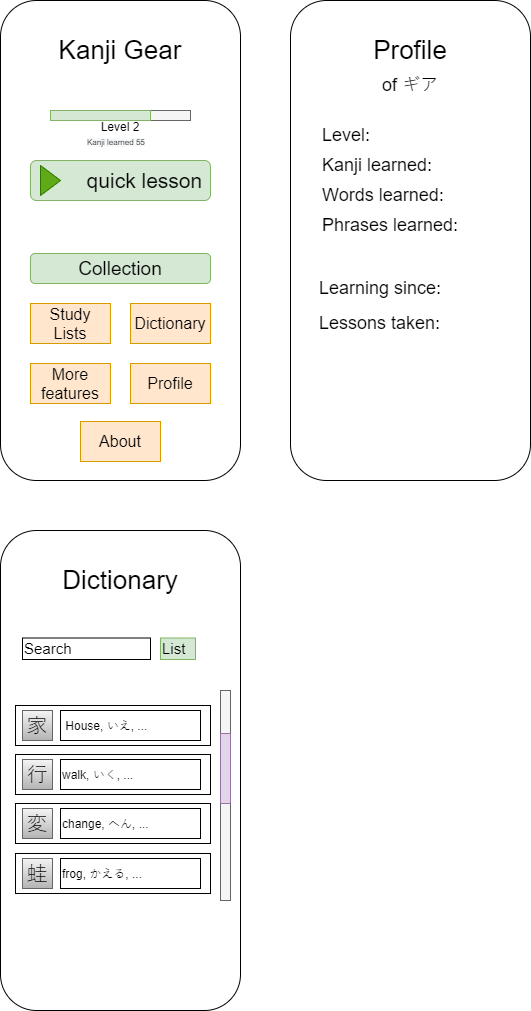
The draw.io diagram documentation/appDrafts/main.png in gearwheel01/KanjiGear, before a commit. Source tidied: cells renumbered, new cells last; positions are measured from the earlier drawing's top-left corner, leaving out a move shared by most shapes. Source of this version:
```xml
<mxGraphModel>
  <root>
    <mxCell id="0" />
    <mxCell id="1" parent="0" />
    <mxCell id="2" style="rounded=1;whiteSpace=wrap;html=1;" parent="1" vertex="1">
      <mxGeometry width="240" height="480" as="geometry" />
    </mxCell>
    <mxCell id="3" style="rounded=0;whiteSpace=wrap;html=1;fillColor=#f5f5f5;strokeColor=#666666;fontColor=#333333;" parent="1" vertex="1">
      <mxGeometry x="50" y="110" width="140" height="10" as="geometry" />
    </mxCell>
    <mxCell id="4" style="rounded=0;whiteSpace=wrap;html=1;fillColor=#d5e8d4;strokeColor=#82b366;" parent="1" vertex="1">
      <mxGeometry x="50" y="110" width="100" height="10" as="geometry" />
    </mxCell>
    <mxCell id="5" value="Level 2&lt;br&gt;" style="text;html=1;strokeColor=none;fillColor=none;align=center;verticalAlign=middle;whiteSpace=wrap;rounded=0;" parent="1" vertex="1">
      <mxGeometry x="40" y="121" width="160" height="10" as="geometry" />
    </mxCell>
    <mxCell id="6" value="&lt;span style=&quot;color: rgb(0 , 0 , 0) ; font-family: &amp;#34;helvetica&amp;#34; ; font-size: 8px ; font-style: normal ; font-weight: 400 ; letter-spacing: normal ; text-align: center ; text-indent: 0px ; text-transform: none ; word-spacing: 0px ; background-color: rgb(248 , 249 , 250) ; display: inline ; float: none&quot;&gt;Kanji learned 55&lt;br&gt;&lt;br&gt;&lt;/span&gt;" style="text;whiteSpace=wrap;html=1;fontSize=8;" parent="1" vertex="1">
      <mxGeometry x="85" y="131" width="70" height="20" as="geometry" />
    </mxCell>
    <mxCell id="7" value="Kanji Gear" style="text;html=1;align=center;verticalAlign=middle;whiteSpace=wrap;rounded=0;fontSize=26;" parent="1" vertex="1">
      <mxGeometry x="30" y="30" width="180" height="40" as="geometry" />
    </mxCell>
    <mxCell id="8" value="quick lesson&amp;nbsp;" style="rounded=1;whiteSpace=wrap;html=1;fontSize=21;align=right;fillColor=#d5e8d4;strokeColor=#82b366;" parent="1" vertex="1">
      <mxGeometry x="30" y="160" width="180" height="40" as="geometry" />
    </mxCell>
    <mxCell id="9" style="triangle;whiteSpace=wrap;html=1;fontSize=21;align=right;fillColor=#60a917;fontColor=#ffffff;strokeColor=#2D7600;" parent="1" vertex="1">
      <mxGeometry x="40" y="165" width="20" height="30" as="geometry" />
    </mxCell>
    <mxCell id="10" value="Study Lists" style="rounded=0;whiteSpace=wrap;html=1;fontSize=16;align=center;fillColor=#ffe6cc;strokeColor=#d79b00;" parent="1" vertex="1">
      <mxGeometry x="30" y="303" width="80" height="40" as="geometry" />
    </mxCell>
    <mxCell id="11" value="Dictionary" style="rounded=0;whiteSpace=wrap;html=1;fontSize=16;align=center;fillColor=#ffe6cc;strokeColor=#d79b00;" parent="1" vertex="1">
      <mxGeometry x="130" y="303" width="80" height="40" as="geometry" />
    </mxCell>
    <mxCell id="12" value="Profile" style="rounded=0;whiteSpace=wrap;html=1;fontSize=16;align=center;fillColor=#ffe6cc;strokeColor=#d79b00;" parent="1" vertex="1">
      <mxGeometry x="130" y="363" width="80" height="40" as="geometry" />
    </mxCell>
    <mxCell id="13" value="About" style="rounded=0;whiteSpace=wrap;html=1;fontSize=16;align=center;fillColor=#ffe6cc;strokeColor=#d79b00;" parent="1" vertex="1">
      <mxGeometry x="80" y="421" width="80" height="40" as="geometry" />
    </mxCell>
    <mxCell id="14" value="Collection" style="rounded=1;whiteSpace=wrap;html=1;fontSize=19;align=center;fillColor=#d5e8d4;strokeColor=#82b366;" parent="1" vertex="1">
      <mxGeometry x="30" y="253" width="180" height="30" as="geometry" />
    </mxCell>
    <mxCell id="15" style="rounded=1;whiteSpace=wrap;html=1;" parent="1" vertex="1">
      <mxGeometry x="290" width="240" height="480" as="geometry" />
    </mxCell>
    <mxCell id="16" value="Profile" style="text;html=1;align=center;verticalAlign=middle;whiteSpace=wrap;rounded=0;fontSize=26;" parent="1" vertex="1">
      <mxGeometry x="320" y="30" width="180" height="40" as="geometry" />
    </mxCell>
    <mxCell id="17" value="of&amp;nbsp;ギア" style="text;html=1;strokeColor=none;fillColor=none;align=center;verticalAlign=middle;whiteSpace=wrap;rounded=0;labelBackgroundColor=none;fontSize=18;" parent="1" vertex="1">
      <mxGeometry x="317" y="70" width="186" height="30" as="geometry" />
    </mxCell>
    <mxCell id="18" value="Level:" style="text;html=1;strokeColor=none;fillColor=none;align=left;verticalAlign=middle;whiteSpace=wrap;rounded=0;labelBackgroundColor=none;fontSize=18;" parent="1" vertex="1">
      <mxGeometry x="320" y="120" width="120" height="30" as="geometry" />
    </mxCell>
    <mxCell id="19" value="Kanji learned:" style="text;html=1;strokeColor=none;fillColor=none;align=left;verticalAlign=middle;whiteSpace=wrap;rounded=0;labelBackgroundColor=none;fontSize=18;" parent="1" vertex="1">
      <mxGeometry x="320" y="150" width="120" height="30" as="geometry" />
    </mxCell>
    <mxCell id="20" value="Words learned:&amp;nbsp;" style="text;html=1;strokeColor=none;fillColor=none;align=left;verticalAlign=middle;whiteSpace=wrap;rounded=0;labelBackgroundColor=none;fontSize=18;" parent="1" vertex="1">
      <mxGeometry x="320" y="180" width="130" height="30" as="geometry" />
    </mxCell>
    <mxCell id="21" value="Phrases learned:" style="text;html=1;strokeColor=none;fillColor=none;align=left;verticalAlign=middle;whiteSpace=wrap;rounded=0;labelBackgroundColor=none;fontSize=18;" parent="1" vertex="1">
      <mxGeometry x="320" y="210" width="140" height="30" as="geometry" />
    </mxCell>
    <mxCell id="22" value="More features" style="rounded=0;whiteSpace=wrap;html=1;fontSize=16;align=center;fillColor=#ffe6cc;strokeColor=#d79b00;" parent="1" vertex="1">
      <mxGeometry x="30" y="363" width="80" height="40" as="geometry" />
    </mxCell>
    <mxCell id="23" value="Learning since:" style="text;html=1;strokeColor=none;fillColor=none;align=left;verticalAlign=middle;whiteSpace=wrap;rounded=0;labelBackgroundColor=none;fontSize=18;" parent="1" vertex="1">
      <mxGeometry x="317" y="273" width="140" height="30" as="geometry" />
    </mxCell>
    <mxCell id="24" value="Lessons taken:" style="text;html=1;strokeColor=none;fillColor=none;align=left;verticalAlign=middle;whiteSpace=wrap;rounded=0;labelBackgroundColor=none;fontSize=18;" parent="1" vertex="1">
      <mxGeometry x="317" y="308" width="140" height="30" as="geometry" />
    </mxCell>
    <mxCell id="25" style="rounded=1;whiteSpace=wrap;html=1;" parent="1" vertex="1">
      <mxGeometry y="530" width="240" height="480" as="geometry" />
    </mxCell>
    <mxCell id="26" value="Dictionary" style="text;html=1;align=center;verticalAlign=middle;whiteSpace=wrap;rounded=0;fontSize=26;" parent="1" vertex="1">
      <mxGeometry x="30" y="560" width="180" height="40" as="geometry" />
    </mxCell>
    <mxCell id="27" value="Search" style="rounded=0;whiteSpace=wrap;html=1;fontSize=15;fillColor=default;align=left;" parent="1" vertex="1">
      <mxGeometry x="22" y="637.5" width="128" height="21.5" as="geometry" />
    </mxCell>
    <mxCell id="28" value="List" style="rounded=0;whiteSpace=wrap;html=1;fontSize=15;fillColor=#d5e8d4;align=left;strokeColor=#82b366;" parent="1" vertex="1">
      <mxGeometry x="160" y="637.5" width="35" height="21.5" as="geometry" />
    </mxCell>
    <mxCell id="29" style="rounded=0;whiteSpace=wrap;html=1;fontSize=12;" parent="1" vertex="1">
      <mxGeometry x="15" y="705" width="195" height="40" as="geometry" />
    </mxCell>
    <mxCell id="30" value="家" style="whiteSpace=wrap;html=1;rounded=0;fontSize=21;fillColor=#f5f5f5;align=center;gradientColor=#b3b3b3;strokeColor=#666666;" parent="1" vertex="1">
      <mxGeometry x="22" y="710" width="30" height="30" as="geometry" />
    </mxCell>
    <mxCell id="31" value="&amp;nbsp;House,&amp;nbsp;いえ, ..." style="rounded=0;whiteSpace=wrap;html=1;fontSize=12;align=left;" parent="1" vertex="1">
      <mxGeometry x="60" y="710" width="140" height="30" as="geometry" />
    </mxCell>
    <mxCell id="32" style="rounded=0;whiteSpace=wrap;html=1;fontSize=12;" parent="1" vertex="1">
      <mxGeometry x="15" y="754" width="195" height="40" as="geometry" />
    </mxCell>
    <mxCell id="33" value="&lt;span style=&quot;color: rgb(0, 0, 0); font-family: helvetica; font-size: 21px; font-style: normal; font-weight: 400; letter-spacing: normal; text-align: center; text-indent: 0px; text-transform: none; word-spacing: 0px; display: inline; float: none;&quot;&gt;行&lt;/span&gt;" style="whiteSpace=wrap;html=1;rounded=0;fontSize=21;fillColor=#f5f5f5;align=center;gradientColor=#b3b3b3;strokeColor=#666666;labelBackgroundColor=none;" parent="1" vertex="1">
      <mxGeometry x="22" y="759" width="30" height="30" as="geometry" />
    </mxCell>
    <mxCell id="34" value="walk,&amp;nbsp;いく, ..." style="rounded=0;whiteSpace=wrap;html=1;fontSize=12;align=left;" parent="1" vertex="1">
      <mxGeometry x="60" y="759" width="140" height="30" as="geometry" />
    </mxCell>
    <mxCell id="35" style="rounded=0;whiteSpace=wrap;html=1;fontSize=12;" parent="1" vertex="1">
      <mxGeometry x="15" y="803" width="195" height="40" as="geometry" />
    </mxCell>
    <mxCell id="36" value="&lt;span style=&quot;color: rgb(0, 0, 0); font-family: helvetica; font-size: 21px; font-style: normal; font-weight: 400; letter-spacing: normal; text-align: center; text-indent: 0px; text-transform: none; word-spacing: 0px; display: inline; float: none;&quot;&gt;変&lt;/span&gt;" style="whiteSpace=wrap;html=1;rounded=0;fontSize=21;fillColor=#f5f5f5;align=center;gradientColor=#b3b3b3;strokeColor=#666666;labelBackgroundColor=none;" parent="1" vertex="1">
      <mxGeometry x="22" y="808" width="30" height="30" as="geometry" />
    </mxCell>
    <mxCell id="37" value="change,&amp;nbsp;へん, ..." style="rounded=0;whiteSpace=wrap;html=1;fontSize=12;align=left;" parent="1" vertex="1">
      <mxGeometry x="60" y="808" width="140" height="30" as="geometry" />
    </mxCell>
    <mxCell id="38" style="rounded=0;whiteSpace=wrap;html=1;fontSize=12;" parent="1" vertex="1">
      <mxGeometry x="15" y="853" width="195" height="40" as="geometry" />
    </mxCell>
    <mxCell id="39" value="蛙" style="whiteSpace=wrap;html=1;rounded=0;fontSize=21;fillColor=#f5f5f5;align=center;gradientColor=#b3b3b3;strokeColor=#666666;" parent="1" vertex="1">
      <mxGeometry x="22" y="858" width="30" height="30" as="geometry" />
    </mxCell>
    <mxCell id="40" value="frog,&amp;nbsp;かえる, ..." style="rounded=0;whiteSpace=wrap;html=1;fontSize=12;align=left;" parent="1" vertex="1">
      <mxGeometry x="60" y="858" width="140" height="30" as="geometry" />
    </mxCell>
    <mxCell id="41" style="rounded=0;whiteSpace=wrap;html=1;fontSize=12;align=left;fillColor=#f5f5f5;fontColor=#333333;strokeColor=#666666;" parent="1" vertex="1">
      <mxGeometry x="220" y="690" width="10" height="210" as="geometry" />
    </mxCell>
    <mxCell id="42" style="rounded=0;whiteSpace=wrap;html=1;fontSize=12;align=left;fillColor=#e1d5e7;strokeColor=#9673a6;" parent="1" vertex="1">
      <mxGeometry x="220" y="733" width="10" height="70" as="geometry" />
    </mxCell>
  </root>
</mxGraphModel>
```
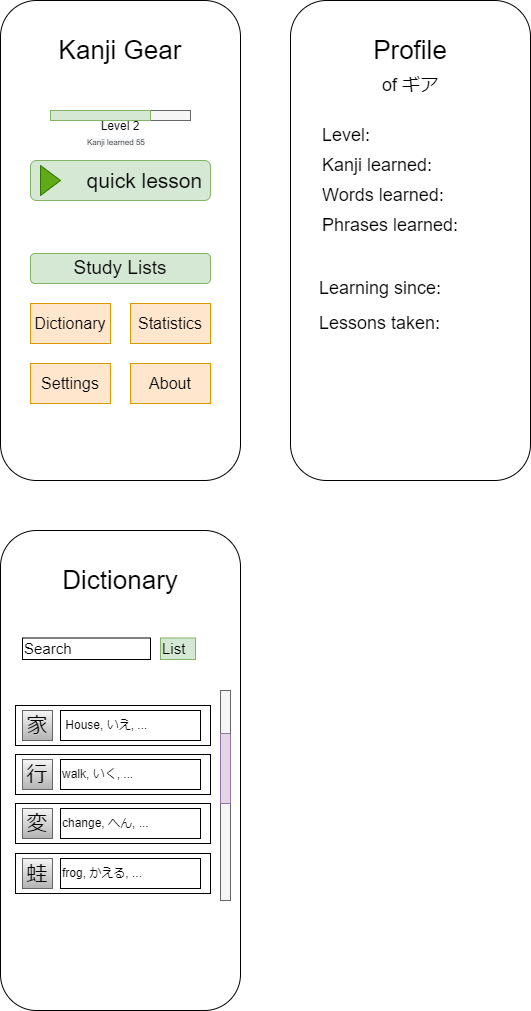
After the change.

Commit message:
(main page mock update)

The edit, as a diff of the source:
```diff
@@ -26,19 +26,16 @@
     <mxCell id="9" style="triangle;whiteSpace=wrap;html=1;fontSize=21;align=right;fillColor=#60a917;fontColor=#ffffff;strokeColor=#2D7600;" parent="1" vertex="1">
       <mxGeometry x="40" y="165" width="20" height="30" as="geometry" />
     </mxCell>
-    <mxCell id="10" value="Study Lists" style="rounded=0;whiteSpace=wrap;html=1;fontSize=16;align=center;fillColor=#ffe6cc;strokeColor=#d79b00;" parent="1" vertex="1">
+    <mxCell id="10" value="Dictionary" style="rounded=0;whiteSpace=wrap;html=1;fontSize=16;align=center;fillColor=#ffe6cc;strokeColor=#d79b00;" parent="1" vertex="1">
       <mxGeometry x="30" y="303" width="80" height="40" as="geometry" />
     </mxCell>
-    <mxCell id="11" value="Dictionary" style="rounded=0;whiteSpace=wrap;html=1;fontSize=16;align=center;fillColor=#ffe6cc;strokeColor=#d79b00;" parent="1" vertex="1">
+    <mxCell id="11" value="Statistics" style="rounded=0;whiteSpace=wrap;html=1;fontSize=16;align=center;fillColor=#ffe6cc;strokeColor=#d79b00;" parent="1" vertex="1">
       <mxGeometry x="130" y="303" width="80" height="40" as="geometry" />
     </mxCell>
-    <mxCell id="12" value="Profile" style="rounded=0;whiteSpace=wrap;html=1;fontSize=16;align=center;fillColor=#ffe6cc;strokeColor=#d79b00;" parent="1" vertex="1">
+    <mxCell id="12" value="About" style="rounded=0;whiteSpace=wrap;html=1;fontSize=16;align=center;fillColor=#ffe6cc;strokeColor=#d79b00;" parent="1" vertex="1">
       <mxGeometry x="130" y="363" width="80" height="40" as="geometry" />
     </mxCell>
-    <mxCell id="13" value="About" style="rounded=0;whiteSpace=wrap;html=1;fontSize=16;align=center;fillColor=#ffe6cc;strokeColor=#d79b00;" parent="1" vertex="1">
-      <mxGeometry x="80" y="421" width="80" height="40" as="geometry" />
-    </mxCell>
-    <mxCell id="14" value="Collection" style="rounded=1;whiteSpace=wrap;html=1;fontSize=19;align=center;fillColor=#d5e8d4;strokeColor=#82b366;" parent="1" vertex="1">
+    <mxCell id="14" value="Study Lists" style="rounded=1;whiteSpace=wrap;html=1;fontSize=19;align=center;fillColor=#d5e8d4;strokeColor=#82b366;" parent="1" vertex="1">
       <mxGeometry x="30" y="253" width="180" height="30" as="geometry" />
     </mxCell>
     <mxCell id="15" style="rounded=1;whiteSpace=wrap;html=1;" parent="1" vertex="1">
@@ -62,7 +59,7 @@
     <mxCell id="21" value="Phrases learned:" style="text;html=1;strokeColor=none;fillColor=none;align=left;verticalAlign=middle;whiteSpace=wrap;rounded=0;labelBackgroundColor=none;fontSize=18;" parent="1" vertex="1">
       <mxGeometry x="320" y="210" width="140" height="30" as="geometry" />
     </mxCell>
-    <mxCell id="22" value="More features" style="rounded=0;whiteSpace=wrap;html=1;fontSize=16;align=center;fillColor=#ffe6cc;strokeColor=#d79b00;" parent="1" vertex="1">
+    <mxCell id="22" value="Settings" style="rounded=0;whiteSpace=wrap;html=1;fontSize=16;align=center;fillColor=#ffe6cc;strokeColor=#d79b00;" parent="1" vertex="1">
       <mxGeometry x="30" y="363" width="80" height="40" as="geometry" />
     </mxCell>
     <mxCell id="23" value="Learning since:" style="text;html=1;strokeColor=none;fillColor=none;align=left;verticalAlign=middle;whiteSpace=wrap;rounded=0;labelBackgroundColor=none;fontSize=18;" parent="1" vertex="1">
```
